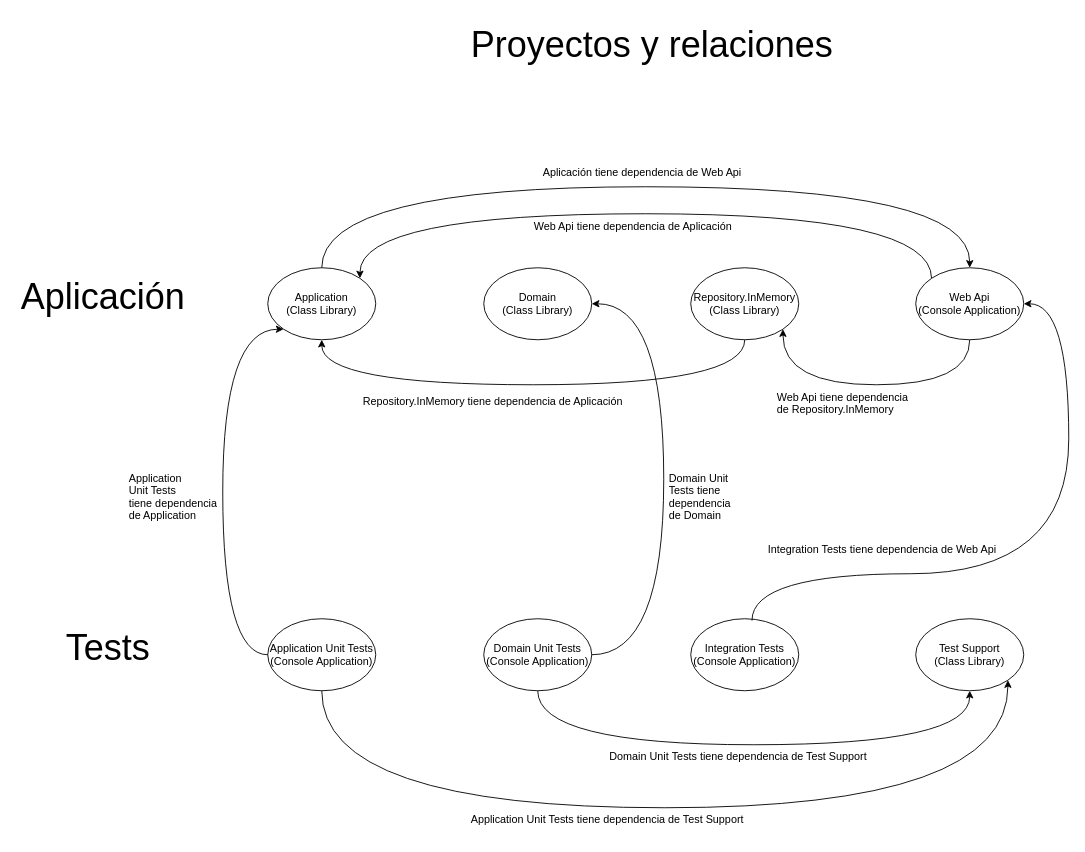
Above: diagrama_proyecto_ef_soccer.drawio in dawnrock/diagrams (draw.io), before the change. Source tidied: cells renumbered, new cells numbered last; positions are measured from the earlier drawing's top-left corner, leaving out a move shared by most shapes. Both pictures are drawn from the tidied source at 90%, with x=0, y=0 at pixel (15, 15).
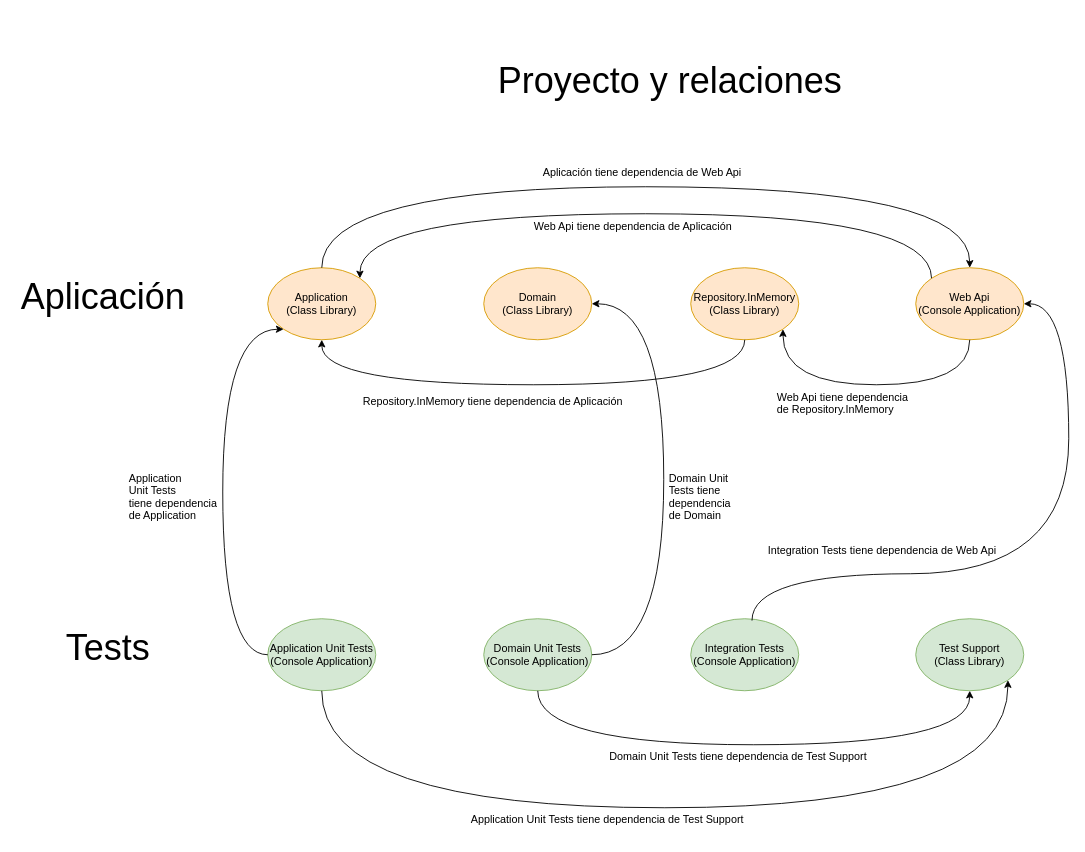
The same page after the edit.

The edit, as a diff of the source:
```diff
@@
-    <mxCell id="2" value="Application&lt;br&gt;(Class Library)" style="ellipse;whiteSpace=wrap;html=1;" parent="1" vertex="1">
+    <mxCell id="2" value="Application&lt;br&gt;(Class Library)" style="ellipse;whiteSpace=wrap;html=1;fillColor=#ffe6cc;strokeColor=#d79b00;" parent="1" vertex="1">
       <mxGeometry x="280" y="280" width="120" height="80" as="geometry" />
     </mxCell>
-    <mxCell id="3" value="Domain&lt;br&gt;(Class Library)" style="ellipse;whiteSpace=wrap;html=1;" parent="1" vertex="1">
+    <mxCell id="3" value="Domain&lt;br&gt;(Class Library)" style="ellipse;whiteSpace=wrap;html=1;fillColor=#ffe6cc;strokeColor=#d79b00;" parent="1" vertex="1">
       <mxGeometry x="520" y="280" width="120" height="80" as="geometry" />
     </mxCell>
-    <mxCell id="4" value="Repository.InMemory&lt;br&gt;(Class Library)" style="ellipse;whiteSpace=wrap;html=1;" parent="1" vertex="1">
+    <mxCell id="4" value="Repository.InMemory&lt;br&gt;(Class Library)" style="ellipse;whiteSpace=wrap;html=1;fillColor=#ffe6cc;strokeColor=#d79b00;" parent="1" vertex="1">
       <mxGeometry x="750" y="280" width="120" height="80" as="geometry" />
     </mxCell>
-    <mxCell id="5" value="Web Api&lt;br&gt;(Console Application)" style="ellipse;whiteSpace=wrap;html=1;" parent="1" vertex="1">
+    <mxCell id="5" value="Web Api&lt;br&gt;(Console Application)" style="ellipse;whiteSpace=wrap;html=1;fillColor=#ffe6cc;strokeColor=#d79b00;" parent="1" vertex="1">
       <mxGeometry x="1000" y="280" width="120" height="80" as="geometry" />
     </mxCell>
@@
-    <mxCell id="14" value="Application&amp;nbsp;Unit Tests&lt;br&gt;(Console Application)" style="ellipse;whiteSpace=wrap;html=1;" parent="1" vertex="1">
+    <mxCell id="14" value="Application&amp;nbsp;Unit Tests&lt;br&gt;(Console Application)" style="ellipse;whiteSpace=wrap;html=1;fillColor=#d5e8d4;strokeColor=#82b366;" parent="1" vertex="1">
       <mxGeometry x="280" y="670" width="120" height="80" as="geometry" />
     </mxCell>
-    <mxCell id="15" value="Domain Unit Tests&lt;br&gt;(Console Application)" style="ellipse;whiteSpace=wrap;html=1;" parent="1" vertex="1">
+    <mxCell id="15" value="Domain Unit Tests&lt;br&gt;(Console Application)" style="ellipse;whiteSpace=wrap;html=1;fillColor=#d5e8d4;strokeColor=#82b366;" parent="1" vertex="1">
       <mxGeometry x="520" y="670" width="120" height="80" as="geometry" />
     </mxCell>
-    <mxCell id="16" value="Integration Tests&lt;br&gt;(Console Application)" style="ellipse;whiteSpace=wrap;html=1;" parent="1" vertex="1">
+    <mxCell id="16" value="Integration Tests&lt;br&gt;(Console Application)" style="ellipse;whiteSpace=wrap;html=1;fillColor=#d5e8d4;strokeColor=#82b366;" parent="1" vertex="1">
       <mxGeometry x="750" y="670" width="120" height="80" as="geometry" />
     </mxCell>
-    <mxCell id="17" value="Test Support&lt;br&gt;(Class Library)" style="ellipse;whiteSpace=wrap;html=1;" parent="1" vertex="1">
+    <mxCell id="17" value="Test Support&lt;br&gt;(Class Library)" style="ellipse;whiteSpace=wrap;html=1;fillColor=#d5e8d4;strokeColor=#82b366;" parent="1" vertex="1">
       <mxGeometry x="1000" y="670" width="120" height="80" as="geometry" />
     </mxCell>
@@
-    <mxCell id="28" value="Proyectos y relaciones" style="text;strokeColor=none;fillColor=none;spacingLeft=4;spacingRight=4;overflow=hidden;fontSize=40;" parent="1" vertex="1">
-      <mxGeometry x="500" width="420" height="110" as="geometry" />
+    <mxCell id="28" value="Proyecto y relaciones" style="text;strokeColor=none;fillColor=none;spacingLeft=4;spacingRight=4;overflow=hidden;fontSize=40;" parent="1" vertex="1">
+      <mxGeometry x="530" y="40" width="420" height="110" as="geometry" />
     </mxCell>
```
